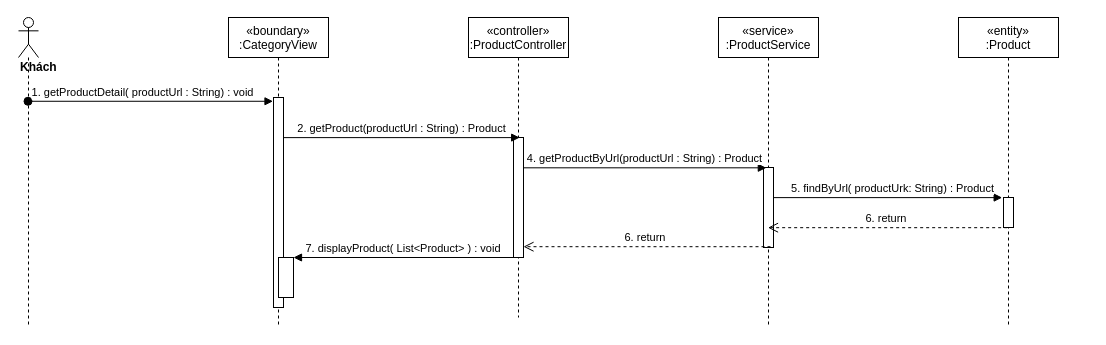
Above: sequence diagram/productDetail-sequence.drawio in nguyenphamvan/datn_20202 (draw.io), before the change. Source tidied: cells renumbered, new cells numbered last; positions are measured from the earlier drawing's top-left corner, leaving out a move shared by most shapes. Both pictures are drawn from the tidied source at 100%, with x=0, y=0 at pixel (18, 17).
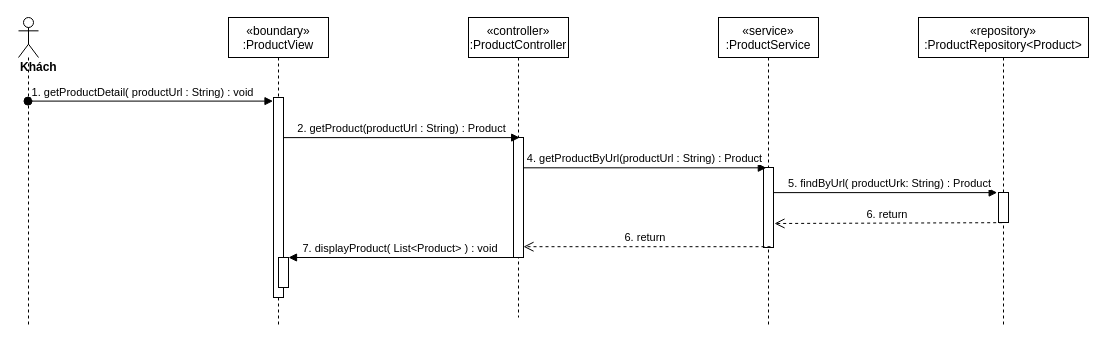
After the change.

The edit, as a diff of the source:
```diff
@@
 <mxGraphModel>
   <root>
     <mxCell id="0" />
     <mxCell id="1" parent="0" />
-    <mxCell id="2" value="«boundary»&#10;:CategoryView" style="shape=umlLifeline;perimeter=lifelinePerimeter;rounded=0;shadow=0;strokeWidth=1;" parent="1" vertex="1">
+    <mxCell id="2" value="«boundary»&#10;:ProductView" style="shape=umlLifeline;perimeter=lifelinePerimeter;rounded=0;shadow=0;strokeWidth=1;" parent="1" vertex="1">
       <mxGeometry x="210" width="100" height="310" as="geometry" />
     </mxCell>
     <mxCell id="3" style="points=[];perimeter=orthogonalPerimeter;rounded=0;shadow=0;strokeWidth=1;" parent="2" vertex="1">
-      <mxGeometry x="45" y="80" width="10" height="210" as="geometry" />
+      <mxGeometry x="45" y="80" width="10" height="200" as="geometry" />
     </mxCell>
     <mxCell id="4" style="html=1;points=[];perimeter=orthogonalPerimeter;" parent="2" vertex="1">
-      <mxGeometry x="50" y="240" width="15" height="40" as="geometry" />
+      <mxGeometry x="50" y="240" width="10" height="30" as="geometry" />
     </mxCell>
     <mxCell id="5" value="«controller»&#10;:ProductController" style="shape=umlLifeline;perimeter=lifelinePerimeter;rounded=0;shadow=0;strokeWidth=1;" parent="1" vertex="1">
       <mxGeometry x="450" width="100" height="300" as="geometry" />
     </mxCell>
     <mxCell id="6" style="points=[];perimeter=orthogonalPerimeter;rounded=0;shadow=0;strokeWidth=1;" parent="5" vertex="1">
       <mxGeometry x="45" y="120" width="10" height="120" as="geometry" />
     </mxCell>
     <mxCell id="7" value="&lt;div&gt;&lt;b&gt;Khách&lt;/b&gt;&lt;/div&gt;" style="shape=umlLifeline;participant=umlActor;perimeter=lifelinePerimeter;whiteSpace=wrap;html=1;verticalAlign=top;spacingTop=36;outlineConnect=0;align=left;" parent="1" vertex="1">
       <mxGeometry width="20" height="310" as="geometry" />
     </mxCell>
     <mxCell id="8" value="1. getProductDetail( productUrl : String) : void" style="verticalAlign=bottom;startArrow=oval;endArrow=block;startSize=8;shadow=0;strokeWidth=1;entryX=-0.05;entryY=0.018;entryDx=0;entryDy=0;entryPerimeter=0;" parent="1" edge="1" source="7" target="3">
       <mxGeometry x="-0.06" relative="1" as="geometry" />
     </mxCell>
     <mxCell id="9" value="«service»&#10;:ProductService" style="shape=umlLifeline;perimeter=lifelinePerimeter;rounded=0;shadow=0;strokeWidth=1;" parent="1" vertex="1">
       <mxGeometry x="700" width="100" height="310" as="geometry" />
     </mxCell>
     <mxCell id="10" style="points=[];perimeter=orthogonalPerimeter;rounded=0;shadow=0;strokeWidth=1;" parent="9" vertex="1">
       <mxGeometry x="45" y="150" width="10" height="80" as="geometry" />
     </mxCell>
     <mxCell id="11" value="2. getProduct(productUrl : String) : Product" style="html=1;verticalAlign=bottom;endArrow=block;entryX=0.617;entryY=0.001;entryDx=0;entryDy=0;entryPerimeter=0;" parent="1" edge="1" source="3" target="6">
       <mxGeometry relative="1" as="geometry" />
     </mxCell>
     <mxCell id="12" value="4. getProductByUrl(productUrl : String) : Product" style="html=1;verticalAlign=bottom;endArrow=block;entryX=0.283;entryY=0.004;entryDx=0;entryDy=0;entryPerimeter=0;" parent="1" edge="1" source="6" target="10">
       <mxGeometry relative="1" as="geometry" />
     </mxCell>
-    <mxCell id="13" value="«entity»&#10;:Product" style="shape=umlLifeline;perimeter=lifelinePerimeter;rounded=0;shadow=0;strokeWidth=1;" parent="1" vertex="1">
-      <mxGeometry x="940" width="100" height="310" as="geometry" />
+    <mxCell id="13" value="«repository»&#10;:ProductRepository&lt;Product&gt;" style="shape=umlLifeline;perimeter=lifelinePerimeter;rounded=0;shadow=0;strokeWidth=1;" parent="1" vertex="1">
+      <mxGeometry x="900" width="170" height="310" as="geometry" />
     </mxCell>
     <mxCell id="14" style="points=[];perimeter=orthogonalPerimeter;rounded=0;shadow=0;strokeWidth=1;" parent="13" vertex="1">
-      <mxGeometry x="45" y="180" width="10" height="30" as="geometry" />
+      <mxGeometry x="80" y="175" width="10" height="30" as="geometry" />
     </mxCell>
     <mxCell id="15" value="5. findByUrl( productUrk: String) : Product" style="html=1;verticalAlign=bottom;endArrow=block;entryX=-0.133;entryY=0.004;entryDx=0;entryDy=0;entryPerimeter=0;" parent="1" edge="1" source="10" target="14">
       <mxGeometry x="0.04" relative="1" as="geometry" />
     </mxCell>
-    <mxCell id="16" value="6. return&amp;nbsp;" style="html=1;verticalAlign=bottom;endArrow=open;dashed=1;endSize=8;exitX=0.367;exitY=1.006;exitDx=0;exitDy=0;exitPerimeter=0;" parent="1" edge="1" source="14" target="9">
+    <mxCell id="16" value="6. return&amp;nbsp;" style="html=1;verticalAlign=bottom;endArrow=open;dashed=1;endSize=8;exitX=0.367;exitY=1.006;exitDx=0;exitDy=0;exitPerimeter=0;entryX=1.1;entryY=0.7;entryDx=0;entryDy=0;entryPerimeter=0;" parent="1" edge="1" source="14" target="10">
       <mxGeometry relative="1" as="geometry" />
     </mxCell>
     <mxCell id="17" value="6. return&amp;nbsp;" style="html=1;verticalAlign=bottom;endArrow=open;dashed=1;endSize=8;exitX=0.7;exitY=0.99;exitDx=0;exitDy=0;exitPerimeter=0;" parent="1" edge="1" source="10" target="6">
       <mxGeometry relative="1" as="geometry" />
     </mxCell>
     <mxCell id="18" value="7. displayProduct( List&lt;Product&gt; ) : void" style="verticalAlign=bottom;endArrow=block;shadow=0;strokeWidth=1;" parent="1" edge="1" source="6" target="4">
       <mxGeometry relative="1" as="geometry" />
     </mxCell>
   </root>
 </mxGraphModel>
```
